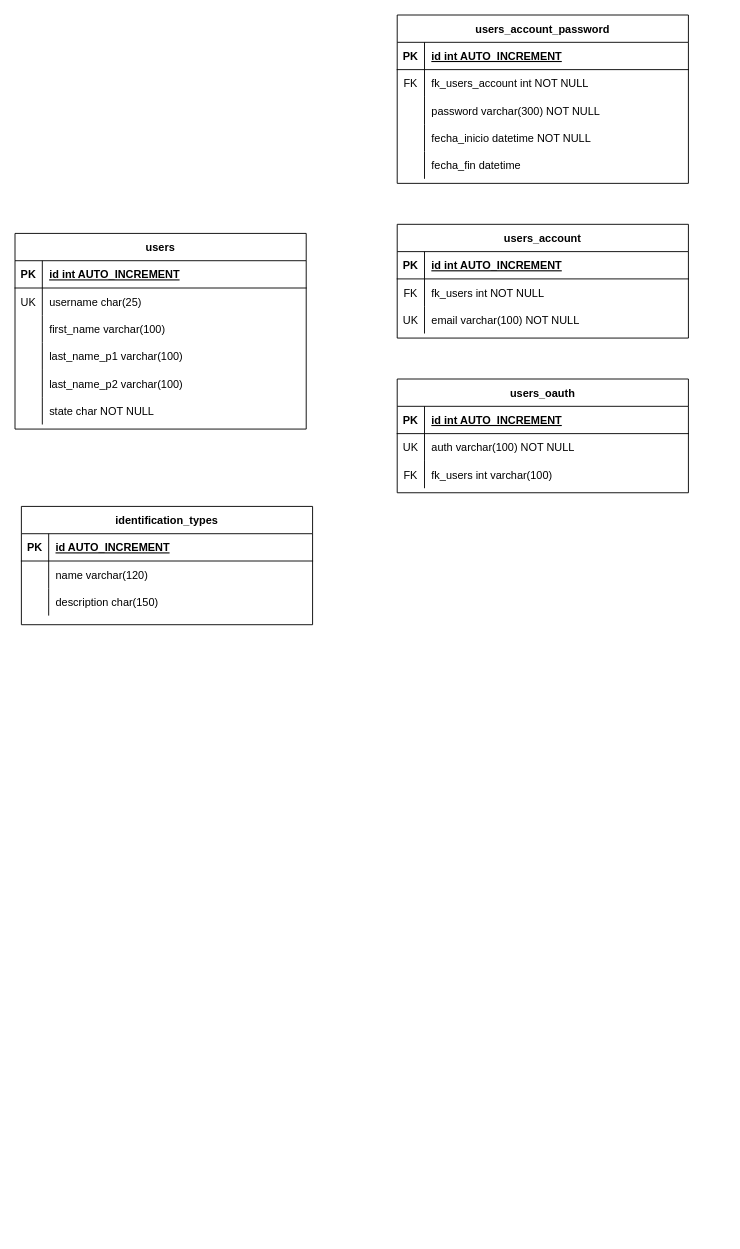
Above: Documents/Diagrams/ER Mexanizate_V2.drawio in prs2772/Mexanizate_V2 (draw.io), before the change. Source tidied: cells renumbered, new cells numbered last; positions are measured from the earlier drawing's top-left corner, leaving out a move shared by most shapes. Both pictures are drawn from the tidied source at 91%, with x=0, y=0 at pixel (15, 15).
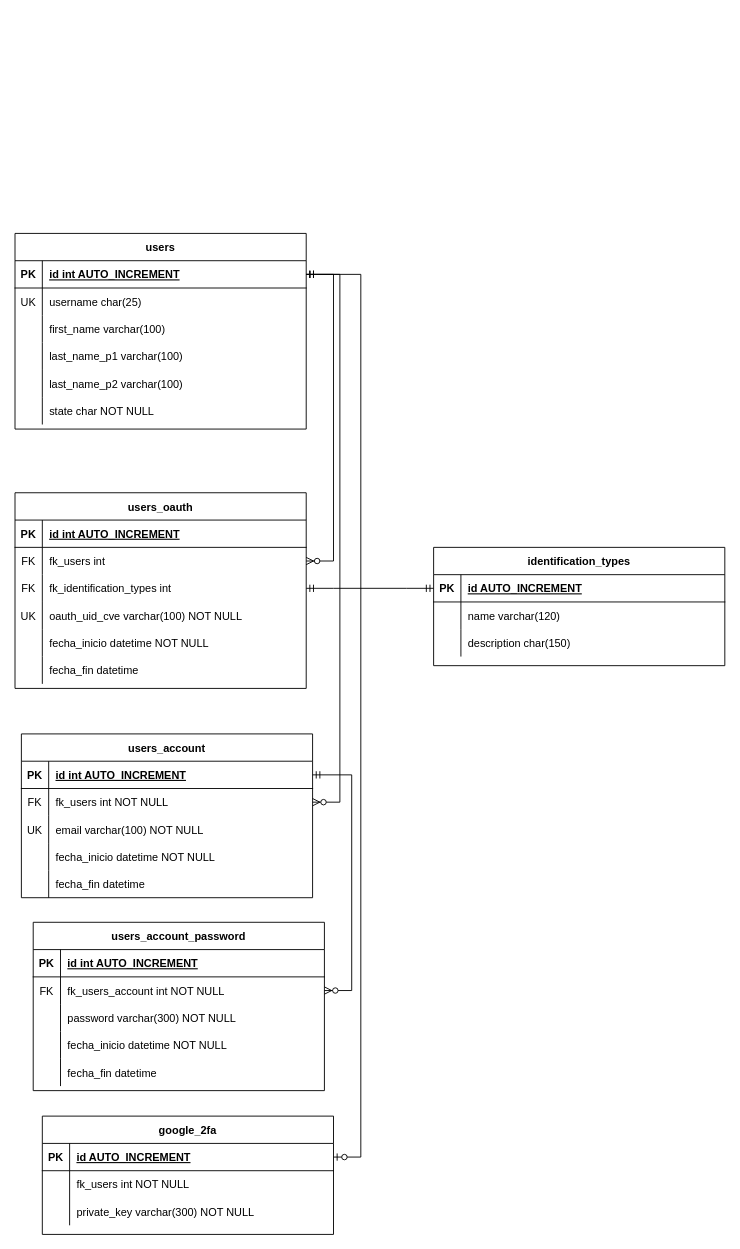
Above is the later version.

Commit message:
User auth finished

Unchanged cells that the change refers to:
```xml
<mxCell id="3" style="shape=partialRectangle;fillColor=none;points=[[0,0.5],[1,0.5]];portConstraint=eastwest;top=0;left=0;right=0;bottom=1;" parent="2" vertex="1">
  <mxGeometry y="30" width="320" height="30" as="geometry" />
</mxCell>
<mxCell id="13" style="shape=partialRectangle;fillColor=none;points=[[0,0.5],[1,0.5]];portConstraint=eastwest;top=0;left=0;right=0;bottom=1;" parent="12" vertex="1">
  <mxGeometry y="30" width="320" height="30" as="geometry" />
</mxCell>
<mxCell id="32" style="shape=partialRectangle;fillColor=none;points=[[0,0.5],[1,0.5]];portConstraint=eastwest;top=0;left=0;right=0;bottom=1;" parent="31" vertex="1">
  <mxGeometry y="30" width="320" height="30" as="geometry" />
</mxCell>
<mxCell id="35" style="shape=partialRectangle;fillColor=none;points=[[0,0.5],[1,0.5]];portConstraint=eastwest;top=0;left=0;right=0;bottom=0;" parent="31" vertex="1">
  <mxGeometry y="60" width="320" height="30" as="geometry" />
</mxCell>
<mxCell id="45" style="shape=partialRectangle;fillColor=none;points=[[0,0.5],[1,0.5]];portConstraint=eastwest;top=0;left=0;right=0;bottom=0;" parent="41" vertex="1">
  <mxGeometry y="60" width="320" height="30" as="geometry" />
</mxCell>
```

Diff of the diagram source:
```diff
@@
     <mxCell id="2" value="identification_types" style="shape=table;startSize=30;childLayout=tableLayout;rowLines=0;fontStyle=1;align=center;" parent="1" vertex="1">
-      <mxGeometry x="7" y="540" width="320" height="130" as="geometry" />
+      <mxGeometry x="460" y="585" width="320" height="130" as="geometry" />
     </mxCell>
@@
     <mxCell id="31" value="users_account" style="shape=table;startSize=30;childLayout=tableLayout;rowLines=0;fontStyle=1;align=center;" parent="1" vertex="1">
-      <mxGeometry x="420" y="230" width="320" height="125" as="geometry" />
+      <mxGeometry x="7" y="790" width="320" height="180" as="geometry" />
     </mxCell>
@@
+    <mxCell id="67" style="shape=partialRectangle;fillColor=none;top=0;left=0;right=0;bottom=0;" parent="31" vertex="1">
+      <mxGeometry y="120" width="320" height="30" as="geometry" />
+    </mxCell>
+    <mxCell id="68" style="shape=partialRectangle;overflow=hidden;fillColor=none;top=0;left=0;bottom=0;right=0;" parent="67" vertex="1">
+      <mxGeometry width="30" height="30" as="geometry" />
+    </mxCell>
+    <mxCell id="69" value="fecha_inicio datetime NOT NULL" style="shape=partialRectangle;overflow=hidden;fillColor=none;top=0;left=0;bottom=0;right=0;align=left;spacingLeft=6;" parent="67" vertex="1">
+      <mxGeometry x="30" width="290" height="30" as="geometry" />
+    </mxCell>
+    <mxCell id="70" style="shape=partialRectangle;fillColor=none;top=0;left=0;right=0;bottom=0;" parent="31" vertex="1">
+      <mxGeometry y="150" width="320" height="30" as="geometry" />
+    </mxCell>
+    <mxCell id="71" style="shape=partialRectangle;overflow=hidden;fillColor=none;top=0;left=0;bottom=0;right=0;" parent="70" vertex="1">
+      <mxGeometry width="30" height="30" as="geometry" />
+    </mxCell>
+    <mxCell id="72" value="fecha_fin datetime" style="shape=partialRectangle;overflow=hidden;fillColor=none;top=0;left=0;bottom=0;right=0;align=left;spacingLeft=6;" parent="70" vertex="1">
+      <mxGeometry x="30" width="290" height="30" as="geometry" />
+    </mxCell>
     <mxCell id="41" value="users_account_password" style="shape=table;startSize=30;childLayout=tableLayout;rowLines=0;fontStyle=1;align=center;" parent="1" vertex="1">
-      <mxGeometry x="420" width="320" height="185" as="geometry" />
+      <mxGeometry x="20" y="997" width="320" height="185" as="geometry" />
     </mxCell>
@@
     <mxCell id="57" value="users_oauth" style="shape=table;startSize=30;childLayout=tableLayout;rowLines=0;fontStyle=1;align=center;" parent="1" vertex="1">
-      <mxGeometry x="420" y="400" width="320" height="125" as="geometry" />
+      <mxGeometry y="525" width="320" height="215" as="geometry" />
     </mxCell>
@@
+    <mxCell id="64" style="shape=partialRectangle;fillColor=none;points=[[0,0.5],[1,0.5]];portConstraint=eastwest;top=0;left=0;right=0;bottom=0;" parent="57" vertex="1">
+      <mxGeometry y="60" width="320" height="30" as="geometry" />
+    </mxCell>
+    <mxCell id="65" value="FK" style="shape=partialRectangle;overflow=hidden;fillColor=none;top=0;left=0;bottom=0;right=0;" parent="64" vertex="1">
+      <mxGeometry width="30" height="30" as="geometry" />
+    </mxCell>
+    <mxCell id="66" value="fk_users int" style="shape=partialRectangle;overflow=hidden;fillColor=none;top=0;left=0;bottom=0;right=0;align=left;spacingLeft=6;" parent="64" vertex="1">
+      <mxGeometry x="30" width="290" height="30" as="geometry" />
+    </mxCell>
+    <mxCell id="73" style="shape=partialRectangle;fillColor=none;points=[[0,0.5],[1,0.5]];portConstraint=eastwest;top=0;left=0;right=0;bottom=0;" parent="57" vertex="1">
+      <mxGeometry y="90" width="320" height="30" as="geometry" />
+    </mxCell>
+    <mxCell id="74" value="FK" style="shape=partialRectangle;overflow=hidden;fillColor=none;top=0;left=0;bottom=0;right=0;" parent="73" vertex="1">
+      <mxGeometry width="30" height="30" as="geometry" />
+    </mxCell>
+    <mxCell id="75" value="fk_identification_types int" style="shape=partialRectangle;overflow=hidden;fillColor=none;top=0;left=0;bottom=0;right=0;align=left;spacingLeft=6;" parent="73" vertex="1">
+      <mxGeometry x="30" width="290" height="30" as="geometry" />
+    </mxCell>
     <mxCell id="61" style="shape=partialRectangle;fillColor=none;top=0;left=0;right=0;bottom=0;" parent="57" vertex="1">
-      <mxGeometry y="60" width="320" height="30" as="geometry" />
+      <mxGeometry y="120" width="320" height="30" as="geometry" />
     </mxCell>
@@
-    <mxCell id="63" value="auth varchar(100) NOT NULL" style="shape=partialRectangle;overflow=hidden;fillColor=none;top=0;left=0;bottom=0;right=0;align=left;spacingLeft=6;" parent="61" vertex="1">
+    <mxCell id="63" value="oauth_uid_cve varchar(100) NOT NULL" style="shape=partialRectangle;overflow=hidden;fillColor=none;top=0;left=0;bottom=0;right=0;align=left;spacingLeft=6;" parent="61" vertex="1">
       <mxGeometry x="30" width="290" height="30" as="geometry" />
     </mxCell>
-    <mxCell id="64" style="shape=partialRectangle;fillColor=none;points=[[0,0.5],[1,0.5]];portConstraint=eastwest;top=0;left=0;right=0;bottom=0;" parent="57" vertex="1">
-      <mxGeometry y="90" width="320" height="30" as="geometry" />
-    </mxCell>
-    <mxCell id="65" value="FK" style="shape=partialRectangle;overflow=hidden;fillColor=none;top=0;left=0;bottom=0;right=0;" parent="64" vertex="1">
-      <mxGeometry width="30" height="30" as="geometry" />
-    </mxCell>
-    <mxCell id="66" value="fk_users int varchar(100)" style="shape=partialRectangle;overflow=hidden;fillColor=none;top=0;left=0;bottom=0;right=0;align=left;spacingLeft=6;" parent="64" vertex="1">
-      <mxGeometry x="30" width="290" height="30" as="geometry" />
-    </mxCell>
+    <mxCell id="76" style="shape=partialRectangle;fillColor=none;top=0;left=0;right=0;bottom=0;" parent="57" vertex="1">
+      <mxGeometry y="150" width="320" height="30" as="geometry" />
+    </mxCell>
+    <mxCell id="77" style="shape=partialRectangle;overflow=hidden;fillColor=none;top=0;left=0;bottom=0;right=0;" parent="76" vertex="1">
+      <mxGeometry width="30" height="30" as="geometry" />
+    </mxCell>
+    <mxCell id="78" value="fecha_inicio datetime NOT NULL" style="shape=partialRectangle;overflow=hidden;fillColor=none;top=0;left=0;bottom=0;right=0;align=left;spacingLeft=6;" parent="76" vertex="1">
+      <mxGeometry x="30" width="290" height="30" as="geometry" />
+    </mxCell>
+    <mxCell id="79" style="shape=partialRectangle;fillColor=none;top=0;left=0;right=0;bottom=0;" parent="57" vertex="1">
+      <mxGeometry y="180" width="320" height="30" as="geometry" />
+    </mxCell>
+    <mxCell id="80" style="shape=partialRectangle;overflow=hidden;fillColor=none;top=0;left=0;bottom=0;right=0;" parent="79" vertex="1">
+      <mxGeometry width="30" height="30" as="geometry" />
+    </mxCell>
+    <mxCell id="81" value="fecha_fin datetime" style="shape=partialRectangle;overflow=hidden;fillColor=none;top=0;left=0;bottom=0;right=0;align=left;spacingLeft=6;" parent="79" vertex="1">
+      <mxGeometry x="30" width="290" height="30" as="geometry" />
+    </mxCell>
+    <mxCell id="82" style="edgeStyle=entityRelationEdgeStyle;fontSize=12;html=1;endArrow=ERzeroToMany;startArrow=ERmandOne;rounded=0;" parent="1" edge="1" source="13" target="35">
+      <mxGeometry relative="1" as="geometry" />
+    </mxCell>
+    <mxCell id="83" style="edgeStyle=entityRelationEdgeStyle;fontSize=12;html=1;endArrow=ERzeroToMany;startArrow=ERmandOne;rounded=0;" parent="1" edge="1" source="32" target="45">
+      <mxGeometry relative="1" as="geometry" />
+    </mxCell>
+    <mxCell id="84" style="edgeStyle=entityRelationEdgeStyle;fontSize=12;html=1;endArrow=ERzeroToMany;startArrow=ERmandOne;rounded=0;" parent="1" edge="1" source="13" target="64">
+      <mxGeometry relative="1" as="geometry" />
+    </mxCell>
+    <mxCell id="85" style="edgeStyle=entityRelationEdgeStyle;fontSize=12;html=1;endArrow=ERmandOne;startArrow=ERmandOne;rounded=0;" parent="1" edge="1" source="73" target="3">
+      <mxGeometry relative="1" as="geometry" />
+    </mxCell>
+    <mxCell id="86" value="google_2fa" style="shape=table;startSize=30;childLayout=tableLayout;rowLines=0;fontStyle=1;align=center;" parent="1" vertex="1">
+      <mxGeometry x="30" y="1210" width="320" height="130" as="geometry" />
+    </mxCell>
+    <mxCell id="87" style="shape=partialRectangle;fillColor=none;points=[[0,0.5],[1,0.5]];portConstraint=eastwest;top=0;left=0;right=0;bottom=1;" parent="86" vertex="1">
+      <mxGeometry y="30" width="320" height="30" as="geometry" />
+    </mxCell>
+    <mxCell id="88" value="PK" style="shape=partialRectangle;overflow=hidden;fillColor=none;top=0;left=0;bottom=0;right=0;fontStyle=1;" parent="87" vertex="1">
+      <mxGeometry width="30" height="30" as="geometry" />
+    </mxCell>
+    <mxCell id="89" value="id AUTO_INCREMENT" style="shape=partialRectangle;overflow=hidden;fillColor=none;top=0;left=0;bottom=0;right=0;align=left;spacingLeft=6;fontStyle=5;" parent="87" vertex="1">
+      <mxGeometry x="30" width="290" height="30" as="geometry" />
+    </mxCell>
+    <mxCell id="90" style="shape=partialRectangle;fillColor=none;top=0;left=0;right=0;bottom=0;" parent="86" vertex="1">
+      <mxGeometry y="60" width="320" height="30" as="geometry" />
+    </mxCell>
+    <mxCell id="91" style="shape=partialRectangle;overflow=hidden;fillColor=none;top=0;left=0;bottom=0;right=0;" parent="90" vertex="1">
+      <mxGeometry width="30" height="30" as="geometry" />
+    </mxCell>
+    <mxCell id="92" value="fk_users int NOT NULL" style="shape=partialRectangle;overflow=hidden;fillColor=none;top=0;left=0;bottom=0;right=0;align=left;spacingLeft=6;" parent="90" vertex="1">
+      <mxGeometry x="30" width="290" height="30" as="geometry" />
+    </mxCell>
+    <mxCell id="93" style="shape=partialRectangle;fillColor=none;top=0;left=0;right=0;bottom=0;" parent="86" vertex="1">
+      <mxGeometry y="90" width="320" height="30" as="geometry" />
+    </mxCell>
+    <mxCell id="94" style="shape=partialRectangle;overflow=hidden;fillColor=none;top=0;left=0;bottom=0;right=0;" parent="93" vertex="1">
+      <mxGeometry width="30" height="30" as="geometry" />
+    </mxCell>
+    <mxCell id="95" value="private_key varchar(300) NOT NULL" style="shape=partialRectangle;overflow=hidden;fillColor=none;top=0;left=0;bottom=0;right=0;align=left;spacingLeft=6;" parent="93" vertex="1">
+      <mxGeometry x="30" width="290" height="30" as="geometry" />
+    </mxCell>
+    <mxCell id="96" style="edgeStyle=entityRelationEdgeStyle;fontSize=12;html=1;endArrow=ERzeroToOne;startArrow=ERmandOne;rounded=0;" parent="1" edge="1" source="13" target="87">
+      <mxGeometry relative="1" as="geometry">
+        <Array as="points">
+          <mxPoint x="381" y="315" />
+          <mxPoint x="370" y="780" />
+          <mxPoint x="320" y="800" />
+          <mxPoint x="431" y="1085" />
+          <mxPoint x="411" y="555" />
+          <mxPoint x="391" y="1065" />
+          <mxPoint x="441" y="875" />
+        </Array>
+      </mxGeometry>
+    </mxCell>
```
